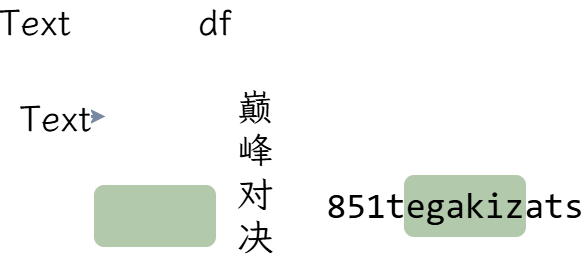
Zencoder-arch/obsidian-images keeps this draw.io diagram as assets/未命名绘图.drawio.png. Above is the earlier version. Source tidied: cells renumbered, new cells last; positions are measured from the earlier drawing's top-left corner, leaving out a move shared by most shapes.
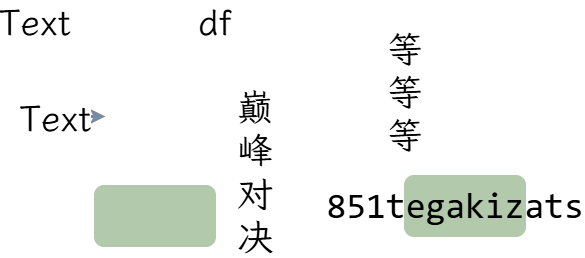
Above is the later version.

Commit message:
更新未命名绘图.drawio.png

The edit, as a diff of the source:
```diff
@@ -26,5 +26,8 @@
     <mxCell id="8" value="巅峰对决" style="text;html=1;whiteSpace=wrap;strokeColor=none;fillColor=none;align=center;verticalAlign=middle;rounded=0;fontFamily=霞鹜文楷;fontSize=36;" parent="1" vertex="1">
       <mxGeometry x="220" y="150" width="60" height="30" as="geometry" />
     </mxCell>
+    <mxCell id="9" value="等等等" style="text;html=1;whiteSpace=wrap;strokeColor=none;fillColor=none;align=center;verticalAlign=middle;rounded=0;fontFamily=霞鹜文楷;fontSize=36;" parent="1" vertex="1">
+      <mxGeometry x="370" y="70" width="60" height="30" as="geometry" />
+    </mxCell>
   </root>
 </mxGraphModel>
```
